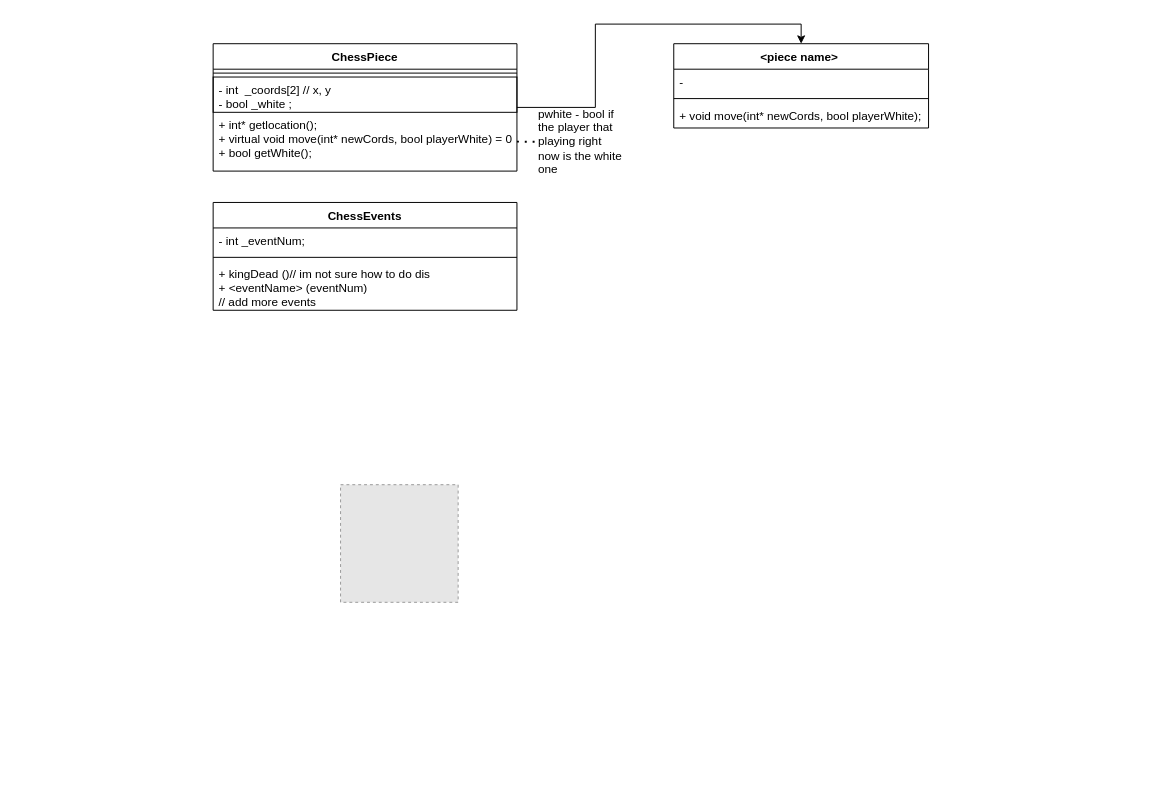
Before: page "Object Chess piece" (1 of 2) of Untitled Diagram.drawio in nadav26740/checkmate-adamnadav, a draw.io diagram. Source tidied: cells renumbered, new cells numbered last; positions are measured from the earlier drawing's top-left corner, leaving out a move shared by most shapes. Both pictures are drawn from the tidied source at 98%, with x=0, y=0 at pixel (213, 43). Pictures stored in the file or linked from it are replaced by grey dashed boxes.
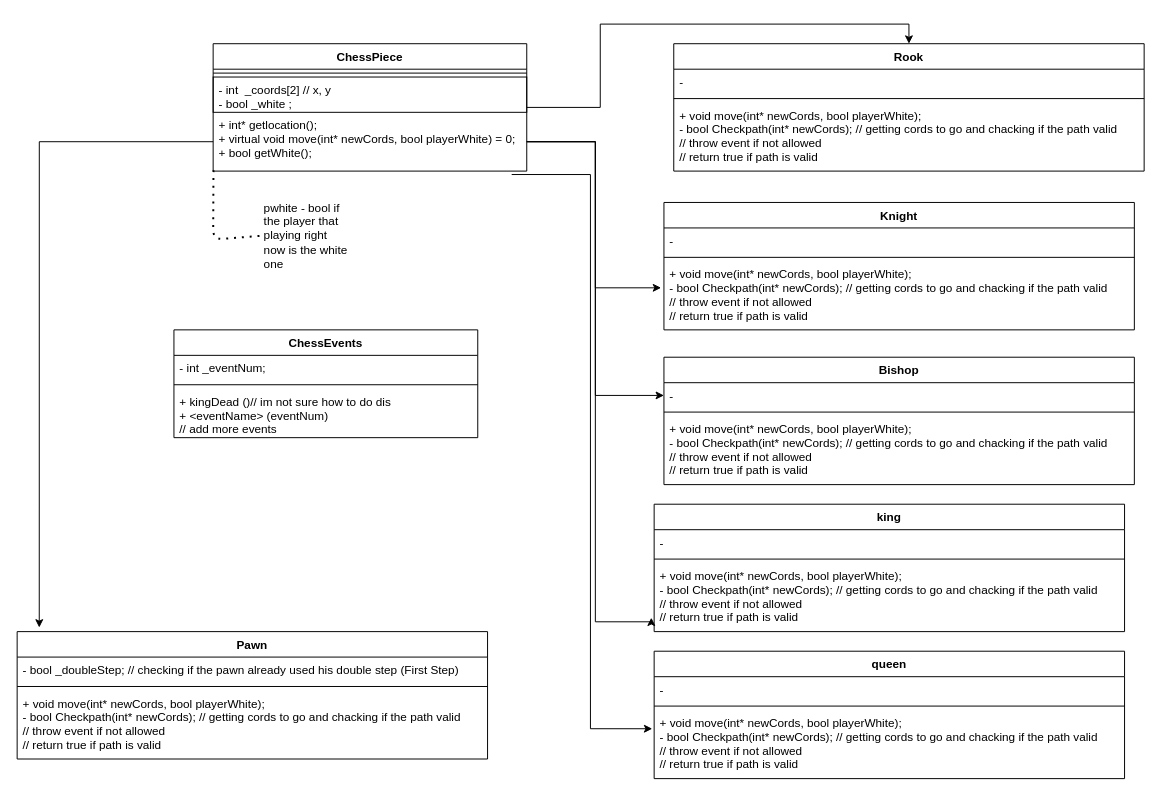
Above is the later version.

Commit message:
Added All Pieces

The edit, as a diff of the source:
```diff
@@
     <mxCell id="3" value="ChessPiece" style="swimlane;fontStyle=1;align=center;verticalAlign=top;horizontal=1;startSize=26;rounded=0;shadow=0;glass=0;sketch=0;" parent="1" vertex="1">
-      <mxGeometry y="0.1" width="310" height="130" as="geometry" />
+      <mxGeometry y="0.1" width="320" height="130" as="geometry" />
     </mxCell>
     <mxCell id="4" style="line;strokeWidth=1;fillColor=none;align=left;verticalAlign=middle;spacingTop=-1;spacingLeft=3;spacingRight=3;labelPosition=right;" parent="3" vertex="1">
-      <mxGeometry y="26" width="310" height="8" as="geometry" />
+      <mxGeometry y="26" width="320" height="8" as="geometry" />
     </mxCell>
     <mxCell id="5" value="- int  _coords[2] // x, y&#10;- bool _white ;&#10;" style="text;fillColor=none;align=left;verticalAlign=top;spacingLeft=4;spacingRight=4;overflow=hidden;strokeColor=#000000;" parent="3" vertex="1">
-      <mxGeometry y="34" width="310" height="36" as="geometry" />
+      <mxGeometry y="34" width="320" height="36" as="geometry" />
     </mxCell>
     <mxCell id="6" value="+ int* getlocation();&#10;+ virtual void move(int* newCords, bool playerWhite) = 0;&#10;+ bool getWhite();&#10;" style="text;strokeColor=none;fillColor=none;align=left;verticalAlign=top;spacingLeft=4;spacingRight=4;overflow=hidden;points=[[0,0.5],[1,0.5]];portConstraint=eastwest;" parent="3" vertex="1">
-      <mxGeometry y="70" width="310" height="60" as="geometry" />
+      <mxGeometry y="70" width="320" height="60" as="geometry" />
     </mxCell>
     <mxCell id="7" value="pwhite - bool if the player that playing right now is the white one" style="text;html=1;align=left;verticalAlign=middle;whiteSpace=wrap;rounded=0;shadow=0;glass=0;sketch=0;" parent="1" vertex="1">
-      <mxGeometry x="330" y="64.1" width="90" height="72" as="geometry" />
+      <mxGeometry x="50" y="160" width="90" height="72" as="geometry" />
     </mxCell>
     <mxCell id="8" value="ChessEvents&#10;" style="swimlane;fontStyle=1;align=center;verticalAlign=top;horizontal=1;startSize=26;rounded=0;shadow=0;glass=0;sketch=0;strokeColor=#000000;" parent="1" vertex="1">
-      <mxGeometry y="162.1" width="310" height="110" as="geometry" />
+      <mxGeometry x="-40" y="292.1" width="310" height="110" as="geometry" />
     </mxCell>
@@
-    <mxCell id="12" style="fillColor=#E6E6E6;strokeColor=#999999;dashed=1;html=1;verticalAlign=top;verticalLabelPosition=bottom;labelBackgroundColor=#ffffff;" parent="1" vertex="1">
-      <mxGeometry x="130" y="450.1" width="120" height="120" as="geometry" />
-    </mxCell>
-    <mxCell id="13" value="&lt;piece name&gt; " style="swimlane;fontStyle=1;align=center;verticalAlign=top;horizontal=1;startSize=26;" parent="1" vertex="1">
-      <mxGeometry x="470" y="0.1" width="260" height="86" as="geometry" />
+    <mxCell id="13" value="Rook&#10;" style="swimlane;fontStyle=1;align=center;verticalAlign=top;horizontal=1;startSize=26;" parent="1" vertex="1">
+      <mxGeometry x="470" y="0.1" width="480" height="130" as="geometry" />
     </mxCell>
     <mxCell id="14" value="-" style="text;strokeColor=none;fillColor=none;align=left;verticalAlign=top;spacingLeft=4;spacingRight=4;overflow=hidden;" parent="13" vertex="1">
-      <mxGeometry y="26" width="260" height="26" as="geometry" />
+      <mxGeometry y="26" width="480" height="26" as="geometry" />
     </mxCell>
     <mxCell id="15" style="line;strokeWidth=1;fillColor=none;align=left;verticalAlign=middle;spacingTop=-1;spacingLeft=3;spacingRight=3;labelPosition=right;" parent="13" vertex="1">
-      <mxGeometry y="52" width="260" height="8" as="geometry" />
+      <mxGeometry y="52" width="480" height="8" as="geometry" />
     </mxCell>
-    <mxCell id="16" value="+ void move(int* newCords, bool playerWhite);" style="text;strokeColor=none;fillColor=none;align=left;verticalAlign=top;spacingLeft=4;spacingRight=4;overflow=hidden;" parent="13" vertex="1">
-      <mxGeometry y="60" width="260" height="26" as="geometry" />
+    <mxCell id="16" value="+ void move(int* newCords, bool playerWhite);&#10;- bool Checkpath(int* newCords); // getting cords to go and chacking if the path valid&#10;// throw event if not allowed &#10;// return true if path is valid&#10;" style="text;strokeColor=none;fillColor=none;align=left;verticalAlign=top;spacingLeft=4;spacingRight=4;overflow=hidden;" parent="13" vertex="1">
+      <mxGeometry y="60" width="480" height="70" as="geometry" />
     </mxCell>
-    <mxCell id="17" style="endArrow=none;dashed=1;html=1;dashPattern=1 3;strokeWidth=2;entryX=0;entryY=0.5;entryDx=0;entryDy=0;" parent="1" edge="1" target="7">
+    <mxCell id="17" style="endArrow=none;dashed=1;html=1;dashPattern=1 3;strokeWidth=2;entryX=0;entryY=0.5;entryDx=0;entryDy=0;exitX=0.001;exitY=0.984;exitDx=0;exitDy=0;exitPerimeter=0;" parent="1" edge="1" source="6" target="7">
       <mxGeometry relative="1" as="geometry">
-        <mxPoint x="310" y="100" as="sourcePoint" />
+        <Array as="points">
+          <mxPoint y="200" />
+        </Array>
       </mxGeometry>
     </mxCell>
+    <mxCell id="18" value="Knight&#10;" style="swimlane;fontStyle=1;align=center;verticalAlign=top;horizontal=1;startSize=26;" parent="1" vertex="1">
+      <mxGeometry x="460" y="162.1" width="480" height="130" as="geometry" />
+    </mxCell>
+    <mxCell id="19" value="-" style="text;strokeColor=none;fillColor=none;align=left;verticalAlign=top;spacingLeft=4;spacingRight=4;overflow=hidden;" parent="18" vertex="1">
+      <mxGeometry y="26" width="480" height="26" as="geometry" />
+    </mxCell>
+    <mxCell id="20" style="line;strokeWidth=1;fillColor=none;align=left;verticalAlign=middle;spacingTop=-1;spacingLeft=3;spacingRight=3;labelPosition=right;" parent="18" vertex="1">
+      <mxGeometry y="52" width="480" height="8" as="geometry" />
+    </mxCell>
+    <mxCell id="21" value="+ void move(int* newCords, bool playerWhite);&#10;- bool Checkpath(int* newCords); // getting cords to go and chacking if the path valid&#10;// throw event if not allowed &#10;// return true if path is valid&#10;" style="text;strokeColor=none;fillColor=none;align=left;verticalAlign=top;spacingLeft=4;spacingRight=4;overflow=hidden;points=[[0,0.5],[1,0.5]];portConstraint=eastwest;" parent="18" vertex="1">
+      <mxGeometry y="60" width="480" height="70" as="geometry" />
+    </mxCell>
+    <mxCell id="22" value="Bishop&#10;" style="swimlane;fontStyle=1;align=center;verticalAlign=top;horizontal=1;startSize=26;" parent="1" vertex="1">
+      <mxGeometry x="460" y="320" width="480" height="130" as="geometry" />
+    </mxCell>
+    <mxCell id="23" value="-" style="text;strokeColor=none;fillColor=none;align=left;verticalAlign=top;spacingLeft=4;spacingRight=4;overflow=hidden;points=[[0,0.5],[1,0.5]];portConstraint=eastwest;" parent="22" vertex="1">
+      <mxGeometry y="26" width="480" height="26" as="geometry" />
+    </mxCell>
+    <mxCell id="24" style="line;strokeWidth=1;fillColor=none;align=left;verticalAlign=middle;spacingTop=-1;spacingLeft=3;spacingRight=3;labelPosition=right;" parent="22" vertex="1">
+      <mxGeometry y="52" width="480" height="8" as="geometry" />
+    </mxCell>
+    <mxCell id="25" value="+ void move(int* newCords, bool playerWhite);&#10;- bool Checkpath(int* newCords); // getting cords to go and chacking if the path valid&#10;// throw event if not allowed &#10;// return true if path is valid&#10;" style="text;strokeColor=none;fillColor=none;align=left;verticalAlign=top;spacingLeft=4;spacingRight=4;overflow=hidden;" parent="22" vertex="1">
+      <mxGeometry y="60" width="480" height="70" as="geometry" />
+    </mxCell>
+    <mxCell id="26" value="queen&#10;" style="swimlane;fontStyle=1;align=center;verticalAlign=top;horizontal=1;startSize=26;" parent="1" vertex="1">
+      <mxGeometry x="450" y="620" width="480" height="130" as="geometry" />
+    </mxCell>
+    <mxCell id="27" value="-" style="text;strokeColor=none;fillColor=none;align=left;verticalAlign=top;spacingLeft=4;spacingRight=4;overflow=hidden;" parent="26" vertex="1">
+      <mxGeometry y="26" width="480" height="26" as="geometry" />
+    </mxCell>
+    <mxCell id="28" style="line;strokeWidth=1;fillColor=none;align=left;verticalAlign=middle;spacingTop=-1;spacingLeft=3;spacingRight=3;labelPosition=right;" parent="26" vertex="1">
+      <mxGeometry y="52" width="480" height="8" as="geometry" />
+    </mxCell>
+    <mxCell id="29" value="+ void move(int* newCords, bool playerWhite);&#10;- bool Checkpath(int* newCords); // getting cords to go and chacking if the path valid&#10;// throw event if not allowed &#10;// return true if path is valid&#10;" style="text;strokeColor=none;fillColor=none;align=left;verticalAlign=top;spacingLeft=4;spacingRight=4;overflow=hidden;points=[[0,0.5],[1,0.5]];portConstraint=eastwest;" parent="26" vertex="1">
+      <mxGeometry y="60" width="480" height="70" as="geometry" />
+    </mxCell>
+    <mxCell id="30" value="king&#10;" style="swimlane;fontStyle=1;align=center;verticalAlign=top;horizontal=1;startSize=26;" parent="1" vertex="1">
+      <mxGeometry x="450" y="470" width="480" height="130" as="geometry" />
+    </mxCell>
+    <mxCell id="31" value="-" style="text;strokeColor=none;fillColor=none;align=left;verticalAlign=top;spacingLeft=4;spacingRight=4;overflow=hidden;" parent="30" vertex="1">
+      <mxGeometry y="26" width="480" height="26" as="geometry" />
+    </mxCell>
+    <mxCell id="32" style="line;strokeWidth=1;fillColor=none;align=left;verticalAlign=middle;spacingTop=-1;spacingLeft=3;spacingRight=3;labelPosition=right;" parent="30" vertex="1">
+      <mxGeometry y="52" width="480" height="8" as="geometry" />
+    </mxCell>
+    <mxCell id="33" value="+ void move(int* newCords, bool playerWhite);&#10;- bool Checkpath(int* newCords); // getting cords to go and chacking if the path valid&#10;// throw event if not allowed &#10;// return true if path is valid&#10;" style="text;strokeColor=none;fillColor=none;align=left;verticalAlign=top;spacingLeft=4;spacingRight=4;overflow=hidden;points=[[0,0.5],[1,0.5]];portConstraint=eastwest;" parent="30" vertex="1">
+      <mxGeometry y="60" width="480" height="70" as="geometry" />
+    </mxCell>
+    <mxCell id="34" style="edgeStyle=orthogonalEdgeStyle;rounded=0;jettySize=auto;html=1;entryX=-0.004;entryY=0.273;entryDx=0;entryDy=0;entryPerimeter=0;exitX=0.952;exitY=1.058;exitDx=0;exitDy=0;exitPerimeter=0;" parent="1" edge="1" source="6" target="29">
+      <mxGeometry relative="1" as="geometry" />
+    </mxCell>
+    <mxCell id="35" style="edgeStyle=orthogonalEdgeStyle;rounded=0;jettySize=auto;html=1;entryX=-0.006;entryY=0.797;entryDx=0;entryDy=0;entryPerimeter=0;" parent="1" edge="1" source="6" target="33">
+      <mxGeometry relative="1" as="geometry">
+        <Array as="points">
+          <mxPoint x="390" y="100" />
+          <mxPoint x="390" y="590" />
+          <mxPoint x="447" y="590" />
+        </Array>
+      </mxGeometry>
+    </mxCell>
+    <mxCell id="36" style="edgeStyle=orthogonalEdgeStyle;rounded=0;jettySize=auto;html=1;entryX=0;entryY=0.5;entryDx=0;entryDy=0;" parent="1" edge="1" source="6" target="23">
+      <mxGeometry relative="1" as="geometry" />
+    </mxCell>
+    <mxCell id="37" style="edgeStyle=orthogonalEdgeStyle;rounded=0;jettySize=auto;html=1;entryX=-0.006;entryY=0.387;entryDx=0;entryDy=0;entryPerimeter=0;" parent="1" edge="1" source="6" target="21">
+      <mxGeometry relative="1" as="geometry" />
+    </mxCell>
+    <mxCell id="38" value="Pawn&#10;" style="swimlane;fontStyle=1;align=center;verticalAlign=top;horizontal=1;startSize=26;" parent="1" vertex="1">
+      <mxGeometry x="-200" y="600" width="480" height="130" as="geometry" />
+    </mxCell>
+    <mxCell id="39" value="- bool _doubleStep; // checking if the pawn already used his double step (First Step)" style="text;strokeColor=none;fillColor=none;align=left;verticalAlign=top;spacingLeft=4;spacingRight=4;overflow=hidden;" parent="38" vertex="1">
+      <mxGeometry y="26" width="480" height="26" as="geometry" />
+    </mxCell>
+    <mxCell id="40" style="line;strokeWidth=1;fillColor=none;align=left;verticalAlign=middle;spacingTop=-1;spacingLeft=3;spacingRight=3;labelPosition=right;" parent="38" vertex="1">
+      <mxGeometry y="52" width="480" height="8" as="geometry" />
+    </mxCell>
+    <mxCell id="41" value="+ void move(int* newCords, bool playerWhite);&#10;- bool Checkpath(int* newCords); // getting cords to go and chacking if the path valid&#10;// throw event if not allowed &#10;// return true if path is valid&#10;" style="text;strokeColor=none;fillColor=none;align=left;verticalAlign=top;spacingLeft=4;spacingRight=4;overflow=hidden;" parent="38" vertex="1">
+      <mxGeometry y="60" width="480" height="70" as="geometry" />
+    </mxCell>
+    <mxCell id="42" style="edgeStyle=orthogonalEdgeStyle;rounded=0;jettySize=auto;html=1;entryX=0.047;entryY=-0.032;entryDx=0;entryDy=0;entryPerimeter=0;" parent="1" edge="1" source="6" target="38">
+      <mxGeometry relative="1" as="geometry" />
+    </mxCell>
```
